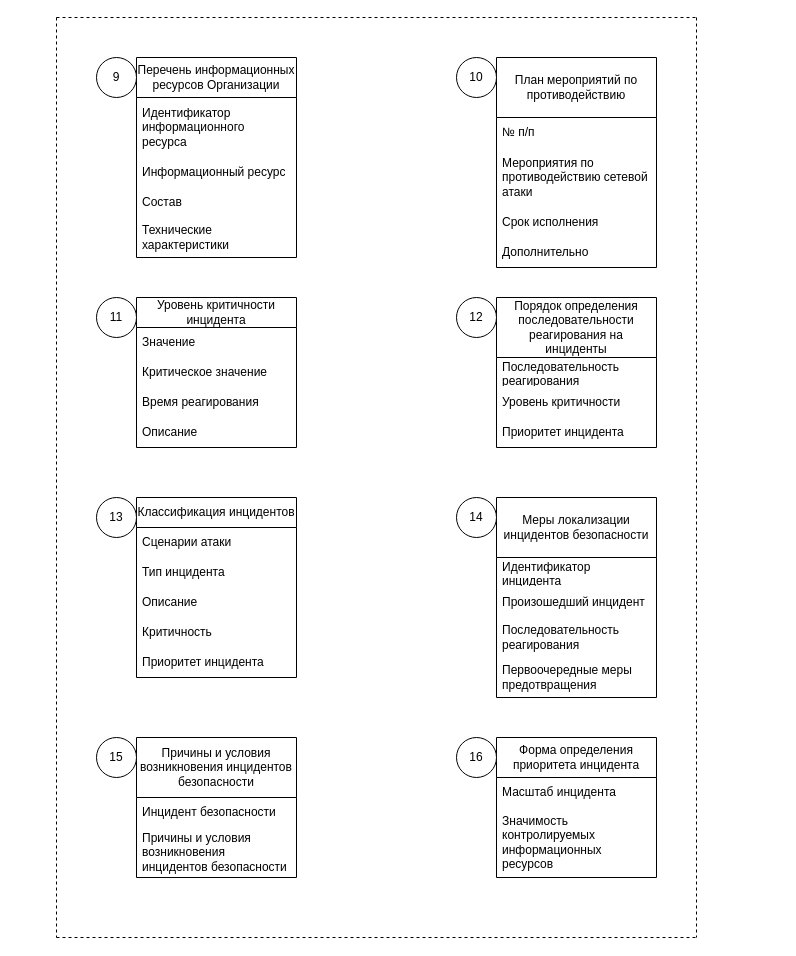
SmirnovBogdan8/Diplom keeps this draw.io diagram as Old_Shema_OPZ/(Старая схема ОПЗ)  Частные регламенты.drawio. Above is the earlier version. Source tidied: cells renumbered, new cells numbered last; positions are measured from the earlier drawing's top-left corner, leaving out a move shared by most shapes. Both pictures are drawn from the tidied source at 100%, with x=0, y=0 at pixel (56, 17).
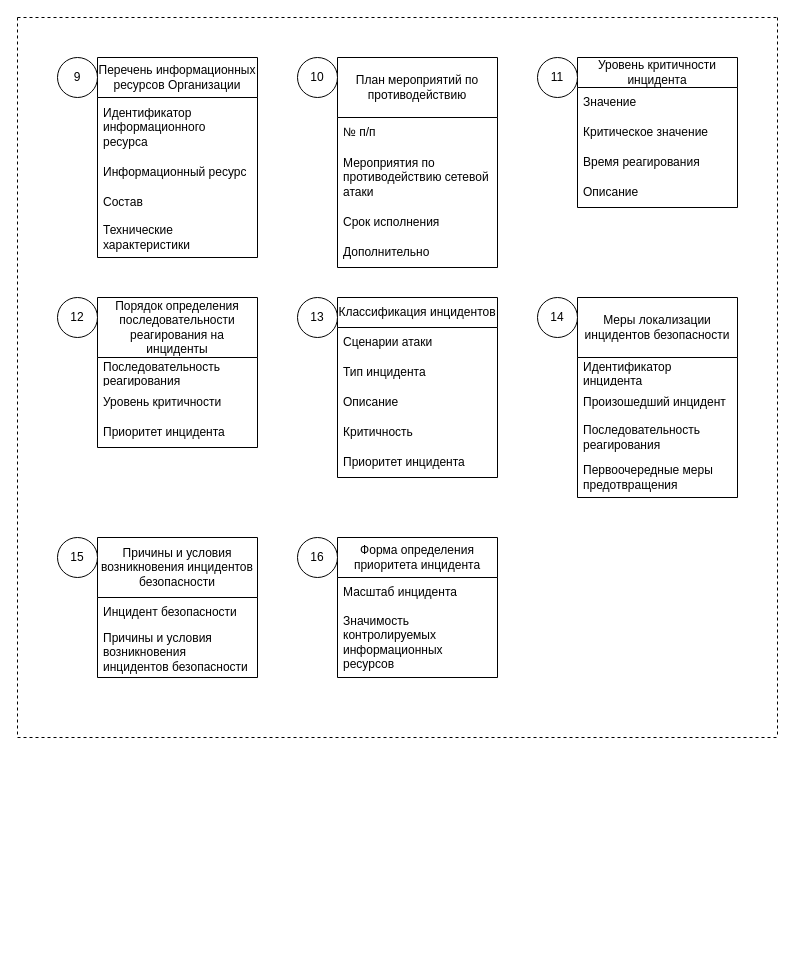
The same page after the edit.

Commit message (it also covers changes not shown here):
Создание директории для дополнительных данных

What changed in the source:
```diff
@@
     <mxCell id="2" style="endArrow=none;dashed=1;html=1;rounded=0;" parent="1" edge="1">
       <mxGeometry relative="1" as="geometry">
-        <mxPoint as="sourcePoint" />
-        <mxPoint x="640" as="targetPoint" />
+        <mxPoint x="-39" as="sourcePoint" />
+        <mxPoint x="721" as="targetPoint" />
       </mxGeometry>
     </mxCell>
-    <mxCell id="3" style="endArrow=none;dashed=1;html=1;rounded=0;" parent="1" edge="1">
-      <mxGeometry relative="1" as="geometry">
-        <mxPoint y="920" as="sourcePoint" />
-        <mxPoint x="640" y="920" as="targetPoint" />
-      </mxGeometry>
-    </mxCell>
     <mxCell id="4" style="endArrow=none;dashed=1;html=1;rounded=0;" parent="1" edge="1">
       <mxGeometry relative="1" as="geometry">
-        <mxPoint as="sourcePoint" />
-        <mxPoint y="920" as="targetPoint" />
+        <mxPoint x="-39" as="sourcePoint" />
+        <mxPoint x="-39" y="720" as="targetPoint" />
       </mxGeometry>
     </mxCell>
-    <mxCell id="5" style="endArrow=none;dashed=1;html=1;rounded=0;" parent="1" edge="1">
-      <mxGeometry relative="1" as="geometry">
-        <mxPoint x="640" as="sourcePoint" />
-        <mxPoint x="640" y="920" as="targetPoint" />
-      </mxGeometry>
-    </mxCell>
     <mxCell id="6" value="Меры локализации инцидентов безопасности" style="swimlane;fontStyle=0;horizontal=1;startSize=60;whiteSpace=wrap;html=1;" parent="1" vertex="1">
-      <mxGeometry x="440" y="480" width="160" height="200" as="geometry" />
+      <mxGeometry x="521" y="280" width="160" height="200" as="geometry" />
     </mxCell>
@@
     <mxCell id="11" value="Классификация инцидентов" style="swimlane;fontStyle=0;horizontal=1;startSize=30;whiteSpace=wrap;html=1;" parent="1" vertex="1">
-      <mxGeometry x="80" y="480" width="160" height="180" as="geometry" />
+      <mxGeometry x="281" y="280" width="160" height="180" as="geometry" />
     </mxCell>
@@
     <mxCell id="17" value="Порядок определения последовательности реагирования на инциденты" style="swimlane;fontStyle=0;horizontal=1;startSize=60;whiteSpace=wrap;html=1;" parent="1" vertex="1">
-      <mxGeometry x="440" y="280" width="160" height="150" as="geometry" />
+      <mxGeometry x="41" y="280" width="160" height="150" as="geometry" />
     </mxCell>
@@
     <mxCell id="21" value="План мероприятий по противодействию" style="swimlane;fontStyle=0;horizontal=1;startSize=60;whiteSpace=wrap;html=1;" parent="1" vertex="1">
-      <mxGeometry x="440" y="40" width="160" height="210" as="geometry" />
+      <mxGeometry x="281" y="40" width="160" height="210" as="geometry" />
     </mxCell>
@@
     <mxCell id="26" value="Перечень информационных ресурсов Организации" style="swimlane;fontStyle=0;horizontal=1;startSize=40;whiteSpace=wrap;html=1;" parent="1" vertex="1">
-      <mxGeometry x="80" y="40" width="160" height="200" as="geometry" />
+      <mxGeometry x="41" y="40" width="160" height="200" as="geometry" />
     </mxCell>
@@
     <mxCell id="31" value="Уровень критичности инцидента" style="swimlane;fontStyle=0;horizontal=1;startSize=30;whiteSpace=wrap;html=1;" parent="1" vertex="1">
-      <mxGeometry x="80" y="280" width="160" height="150" as="geometry" />
+      <mxGeometry x="521" y="40" width="160" height="150" as="geometry" />
     </mxCell>
@@
     <mxCell id="36" value="Форма определения приоритета инцидента" style="swimlane;fontStyle=0;horizontal=1;startSize=40;whiteSpace=wrap;html=1;" parent="1" vertex="1">
-      <mxGeometry x="440" y="720" width="160" height="140" as="geometry" />
+      <mxGeometry x="281" y="520" width="160" height="140" as="geometry" />
     </mxCell>
@@
     <mxCell id="39" value="Причины и условия возникновения инцидентов безопасности" style="swimlane;fontStyle=0;horizontal=1;startSize=60;whiteSpace=wrap;html=1;" parent="1" vertex="1">
-      <mxGeometry x="80" y="720" width="160" height="140" as="geometry" />
+      <mxGeometry x="41" y="520" width="160" height="140" as="geometry" />
     </mxCell>
@@
     <mxCell id="42" value="9" style="ellipse;whiteSpace=wrap;html=1;" parent="1" vertex="1">
-      <mxGeometry x="40" y="40" width="40" height="40" as="geometry" />
+      <mxGeometry x="1" y="40" width="40" height="40" as="geometry" />
     </mxCell>
     <mxCell id="43" value="10" style="ellipse;whiteSpace=wrap;html=1;" parent="1" vertex="1">
-      <mxGeometry x="400" y="40" width="40" height="40" as="geometry" />
+      <mxGeometry x="241" y="40" width="40" height="40" as="geometry" />
     </mxCell>
     <mxCell id="44" value="11" style="ellipse;whiteSpace=wrap;html=1;" parent="1" vertex="1">
-      <mxGeometry x="40" y="280" width="40" height="40" as="geometry" />
+      <mxGeometry x="481" y="40" width="40" height="40" as="geometry" />
     </mxCell>
     <mxCell id="45" value="12" style="ellipse;whiteSpace=wrap;html=1;" parent="1" vertex="1">
-      <mxGeometry x="400" y="280" width="40" height="40" as="geometry" />
+      <mxGeometry x="1" y="280" width="40" height="40" as="geometry" />
     </mxCell>
     <mxCell id="46" value="13" style="ellipse;whiteSpace=wrap;html=1;" parent="1" vertex="1">
-      <mxGeometry x="40" y="480" width="40" height="40" as="geometry" />
+      <mxGeometry x="241" y="280" width="40" height="40" as="geometry" />
     </mxCell>
     <mxCell id="47" value="14" style="ellipse;whiteSpace=wrap;html=1;" parent="1" vertex="1">
-      <mxGeometry x="400" y="480" width="40" height="40" as="geometry" />
+      <mxGeometry x="481" y="280" width="40" height="40" as="geometry" />
     </mxCell>
     <mxCell id="48" value="15" style="ellipse;whiteSpace=wrap;html=1;" parent="1" vertex="1">
-      <mxGeometry x="40" y="720" width="40" height="40" as="geometry" />
+      <mxGeometry x="1" y="520" width="40" height="40" as="geometry" />
     </mxCell>
     <mxCell id="49" value="16" style="ellipse;whiteSpace=wrap;html=1;" parent="1" vertex="1">
-      <mxGeometry x="400" y="720" width="40" height="40" as="geometry" />
+      <mxGeometry x="241" y="520" width="40" height="40" as="geometry" />
     </mxCell>
+    <mxCell id="50" style="endArrow=none;dashed=1;html=1;rounded=0;" parent="1" edge="1">
+      <mxGeometry relative="1" as="geometry">
+        <mxPoint x="721" as="sourcePoint" />
+        <mxPoint x="721" y="720" as="targetPoint" />
+      </mxGeometry>
+    </mxCell>
+    <mxCell id="51" style="endArrow=none;dashed=1;html=1;rounded=0;" parent="1" edge="1">
+      <mxGeometry relative="1" as="geometry">
+        <mxPoint x="-39" y="720" as="sourcePoint" />
+        <mxPoint x="721" y="720" as="targetPoint" />
+      </mxGeometry>
+    </mxCell>
```
